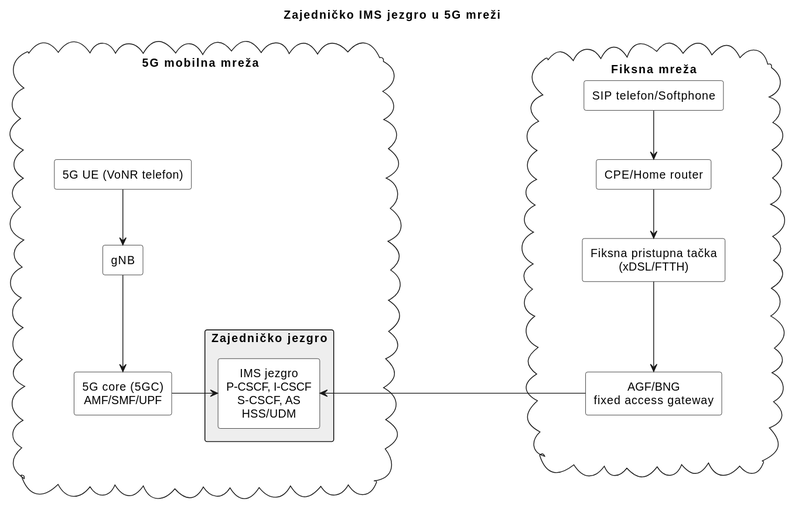
This is assets/diagrams/plantuml/images/common_ims_core_in_5g_network.svg from ZakiraZaza/SSMTK_FMC_VoNR_IMS_5G, a PlantUML export, as it was before one commit.
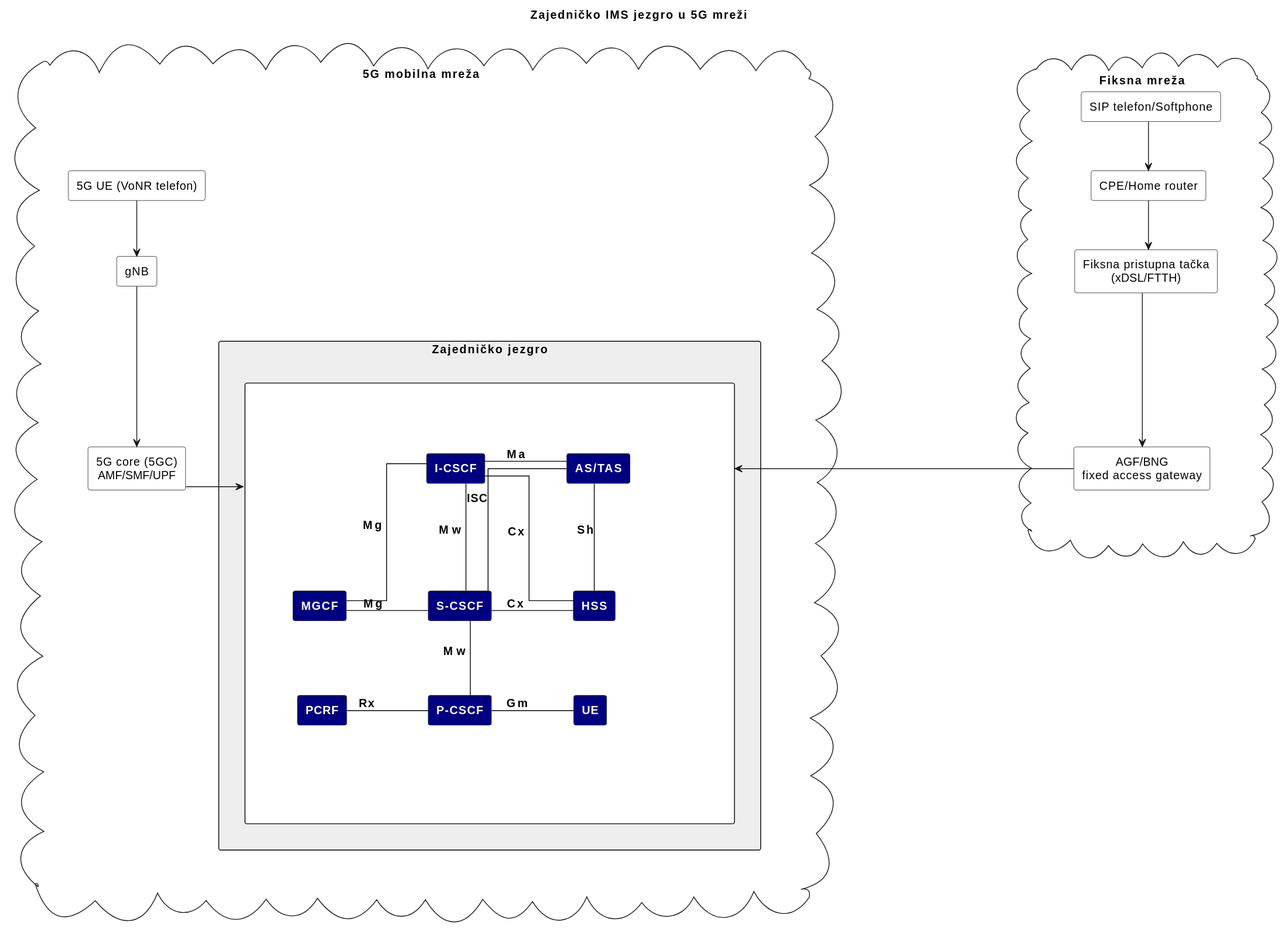
After the commit.

Change to the diagram source:
```diff
@@ -1,7 +1,10 @@
 @startuml
+set separator .
 top to bottom direction
-hide <<hidden>> stereotype
-hide <<core>> stereotype
+hide stereotype
+skinparam linetype ortho
+
+title "Zajedničko IMS jezgro u 5G mreži"
 
 <style>
 rectangle {
@@ -11,8 +14,16 @@
     BackgroundColor transparent
     FontColor transparent
   }
+  .hidden_font {
+    FontColor transparent
+  }
   .core {
     BackgroundColor #EEEEEE
+  }
+  .ims {
+    BackgroundColor navy
+    FontColor white
+    FontStyle bold
   }
 }
 </style>
@@ -22,27 +33,60 @@
   BorderColor<<hidden>> transparent
 }
 
-skinparam linetype ortho
-
-title "Zajedničko IMS jezgro u 5G mreži"
-
 cloud "5G mobilna mreža" as "cloud_1" {
-  rectangle "0" <<hidden>>
+  rectangle "0"<<hidden>>
   rectangle "5G UE (VoNR telefon)" as 1
   rectangle "gNB" as 2
   rectangle "_1"<<hidden>> {
-    rectangle "_2"<<hidden>> {
+    rectangle "_1"<<hidden>> {
       rectangle "5G core (5GC)\nAMF/SMF/UPF" as 3
     }
-    rectangle "Zajedničko jezgro"<<core>> {
-      rectangle "IMS jezgro\nP-CSCF, I-CSCF\nS-CSCF, AS\nHSS/UDM" as 4
+    rectangle "Zajedničko jezgro" <<core>> as zajednicko_jezgro {
+      skinparam NodeSep 100
+      rectangle "_1" <<hidden_font>> as 4 {
+        rectangle "_1"<<hidden>> {
+          rectangle "_1" <<hidden>> {
+
+          }
+          rectangle "I-CSCF" <<ims>> as "_2" {
+
+          }
+          rectangle "AS/TAS" <<ims>> as "_3" {
+
+          }
+        }
+        rectangle "_2"<<hidden>> {
+          rectangle "MGCF" <<ims>> as "_1" {
+
+          }
+          rectangle "S-CSCF" <<ims>> as "_2" {
+
+          }
+          rectangle "HSS" <<ims>> as "_3" {
+
+          }
+        }
+        rectangle "_3"<<hidden>> {
+          rectangle "PCRF" <<ims>> as "_1" {
+
+          }
+          rectangle "P-CSCF" <<ims>> as "_2" {
+
+          }
+          rectangle "UE" <<ims>> as "_3" {
+
+          }
+        }
+        rectangle "_4"<<hidden>> {
+        }
+      }
     }
   }
 }
 
 cloud "Fiksna mreža" as "cloud_2" {
-  rectangle "_4"<<hidden>> {
-    rectangle "_5"<<hidden>> {
+  rectangle "_1"<<hidden>> {
+    rectangle "_1"<<hidden>> {
       rectangle "AGF/BNG\nfixed access gateway" as 5
     }
   }
@@ -64,4 +108,29 @@
 5 <-up- 6
 6 <-up- 7
 7 <-up- 8
+skinparam {
+  ArrowThickness 1
+  ArrowColor black
+  ArrowFontColor black
+  ArrowFontSize 14
+  ArrowFontStyle bold
+}
+
+cloud_1._1.zajednicko_jezgro.4._1._2 -[hidden]down-> cloud_1._1.zajednicko_jezgro.4._2._2
+cloud_1._1.zajednicko_jezgro.4._2._2 -[hidden]down-> cloud_1._1.zajednicko_jezgro.4._3._2
+cloud_1._1.zajednicko_jezgro.4._3 -[hidden]down-> cloud_1._1.zajednicko_jezgro.4._4
+cloud_1._1.zajednicko_jezgro.4._1._1 -[hidden]right-> cloud_1._1.zajednicko_jezgro.4._1._2
+cloud_1._1.zajednicko_jezgro.4._1._2 -right- cloud_1._1.zajednicko_jezgro.4._1._3: "Ma"
+cloud_1._1.zajednicko_jezgro.4._1._2 -left- cloud_1._1.zajednicko_jezgro.4._2._1: "Mg "
+cloud_1._1.zajednicko_jezgro.4._1._2 -down- cloud_1._1.zajednicko_jezgro.4._2._2: "Mw "
+cloud_1._1.zajednicko_jezgro.4._1._2 -right- cloud_1._1.zajednicko_jezgro.4._2._3: "Cx "
+cloud_1._1.zajednicko_jezgro.4._1._3 -down- cloud_1._1.zajednicko_jezgro.4._2._2: "ISC"
+cloud_1._1.zajednicko_jezgro.4._1._3 -down- cloud_1._1.zajednicko_jezgro.4._2._3: "Sh"
+
+cloud_1._1.zajednicko_jezgro.4._2._1 -right- cloud_1._1.zajednicko_jezgro.4._2._2: "Mg "
+cloud_1._1.zajednicko_jezgro.4._2._2 -right- cloud_1._1.zajednicko_jezgro.4._2._3: "Cx  "
+cloud_1._1.zajednicko_jezgro.4._2._2 -down- cloud_1._1.zajednicko_jezgro.4._3._2: "Mw "
+
+cloud_1._1.zajednicko_jezgro.4._3._1 -right- cloud_1._1.zajednicko_jezgro.4._3._2: " Rx   "
+cloud_1._1.zajednicko_jezgro.4._3._2 -right- cloud_1._1.zajednicko_jezgro.4._3._3: "Gm "
 @enduml
```
